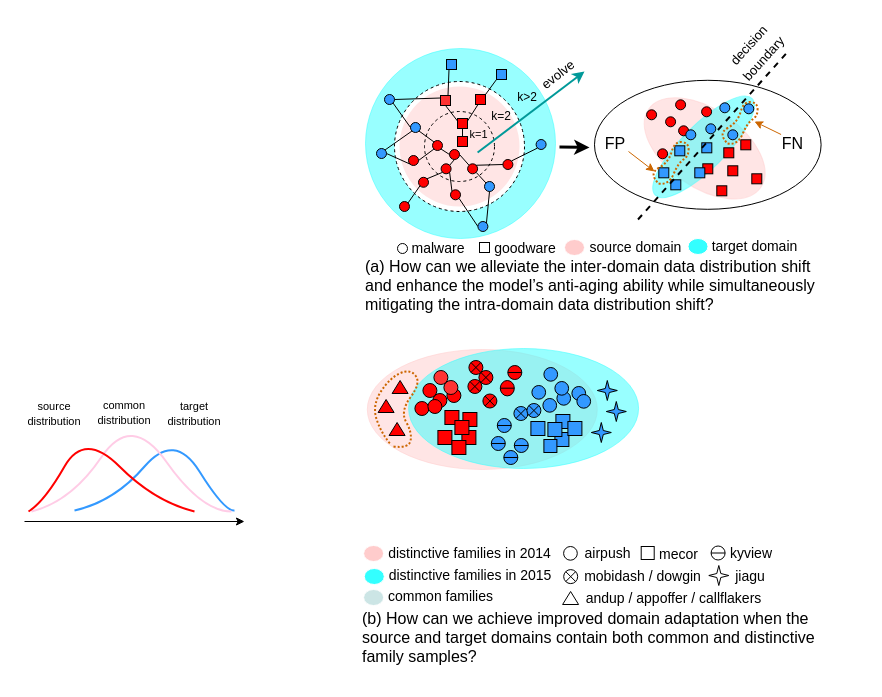
The draw.io diagram introductionFig.drawio in sunray42/diagrams, before the edit. Source tidied: cells renumbered, new cells numbered last; positions are measured from the earlier drawing's top-left corner, leaving out a move shared by most shapes. Both pictures are drawn from the tidied source at 100%, with x=0, y=0 at pixel (24, 32).
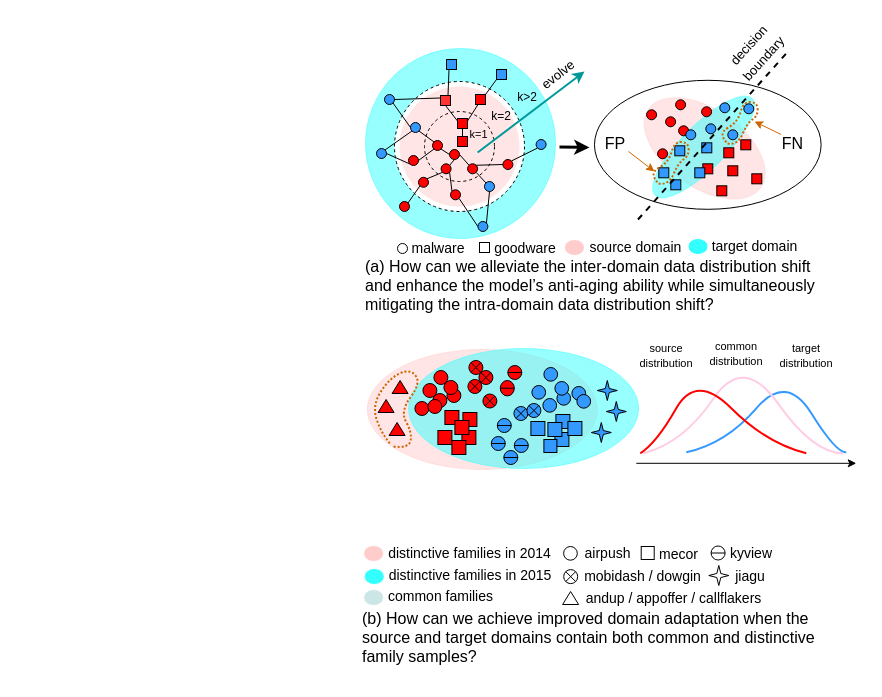
The same page after the edit.

The edit, as a diff of the source:
```diff
@@
-    <mxCell id="123" style="ellipse;whiteSpace=wrap;html=1;strokeColor=#000000;fontSize=16;fillColor=#FF3333;gradientColor=none;rotation=0;" parent="1" vertex="1">
+    <mxCell id="123" style="ellipse;whiteSpace=wrap;html=1;strokeColor=#000000;fontSize=16;fillColor=#FF0000;gradientColor=none;rotation=0;" parent="1" vertex="1">
       <mxGeometry x="409.4" y="338" width="14" height="14" as="geometry" />
     </mxCell>
@@
-    <mxCell id="125" style="ellipse;whiteSpace=wrap;html=1;strokeColor=#000000;fontSize=16;fillColor=#FF3333;gradientColor=none;rotation=0;" parent="1" vertex="1">
+    <mxCell id="125" style="ellipse;whiteSpace=wrap;html=1;strokeColor=#000000;fontSize=16;fillColor=#FF0000;gradientColor=none;rotation=0;" parent="1" vertex="1">
       <mxGeometry x="419.4" y="348" width="14" height="14" as="geometry" />
     </mxCell>
@@
     <mxCell id="162" style="endArrow=classic;html=1;rounded=0;" parent="1" edge="1">
       <mxGeometry relative="1" as="geometry">
-        <mxPoint y="489" as="sourcePoint" />
-        <mxPoint x="220" y="489" as="targetPoint" />
+        <mxPoint x="611.8" y="430.8" as="sourcePoint" />
+        <mxPoint x="831.8" y="430.8" as="targetPoint" />
       </mxGeometry>
     </mxCell>
     <mxCell id="163" style="curved=1;endArrow=none;html=1;rounded=0;endFill=0;strokeWidth=2;strokeColor=#3399FF;" parent="1" edge="1">
       <mxGeometry relative="1" as="geometry">
-        <mxPoint x="50" y="478" as="sourcePoint" />
-        <mxPoint x="210" y="478" as="targetPoint" />
+        <mxPoint x="661.8" y="419.8" as="sourcePoint" />
+        <mxPoint x="821.8" y="419.8" as="targetPoint" />
         <Array as="points">
-          <mxPoint x="90" y="469" />
-          <mxPoint x="150" y="399" />
-          <mxPoint x="200" y="479" />
+          <mxPoint x="701.8" y="410.8" />
+          <mxPoint x="761.8" y="340.8" />
+          <mxPoint x="811.8" y="420.8" />
         </Array>
       </mxGeometry>
     </mxCell>
     <mxCell id="164" style="curved=1;endArrow=none;html=1;rounded=0;endFill=0;strokeColor=#FFCCE6;strokeWidth=2;" parent="1" edge="1">
       <mxGeometry relative="1" as="geometry">
-        <mxPoint x="207" y="479" as="sourcePoint" />
-        <mxPoint x="7" y="479" as="targetPoint" />
+        <mxPoint x="818.8" y="420.8" as="sourcePoint" />
+        <mxPoint x="618.8" y="420.8" as="targetPoint" />
         <Array as="points">
-          <mxPoint x="177" y="479" />
-          <mxPoint x="107" y="380" />
-          <mxPoint x="47" y="469" />
+          <mxPoint x="788.8" y="420.8" />
+          <mxPoint x="718.8" y="321.8" />
+          <mxPoint x="658.8" y="410.8" />
         </Array>
       </mxGeometry>
     </mxCell>
     <mxCell id="165" style="curved=1;endArrow=none;html=1;rounded=0;endFill=0;strokeWidth=2;strokeColor=#FF0000;" parent="1" edge="1">
       <mxGeometry relative="1" as="geometry">
-        <mxPoint x="170" y="479" as="sourcePoint" />
-        <mxPoint x="4" y="479" as="targetPoint" />
+        <mxPoint x="781.8" y="420.8" as="sourcePoint" />
+        <mxPoint x="615.8" y="420.8" as="targetPoint" />
         <Array as="points">
-          <mxPoint x="130" y="469" />
-          <mxPoint x="60" y="399" />
-          <mxPoint x="20" y="469" />
+          <mxPoint x="741.8" y="410.8" />
+          <mxPoint x="671.8" y="340.8" />
+          <mxPoint x="631.8" y="410.8" />
         </Array>
       </mxGeometry>
     </mxCell>
     <mxCell id="166" value="&lt;font style=&quot;font-size: 11px;&quot;&gt;source distribution&lt;/font&gt;" style="text;html=1;strokeColor=none;fillColor=none;align=center;verticalAlign=middle;whiteSpace=wrap;rounded=0;" parent="1" vertex="1">
-      <mxGeometry y="367.5" width="60" height="27" as="geometry" />
+      <mxGeometry x="611.8" y="309.3" width="60" height="27" as="geometry" />
     </mxCell>
     <mxCell id="167" value="&lt;font style=&quot;font-size: 11px;&quot;&gt;target distribution&lt;/font&gt;" style="text;html=1;strokeColor=none;fillColor=none;align=center;verticalAlign=middle;whiteSpace=wrap;rounded=0;" parent="1" vertex="1">
-      <mxGeometry x="140" y="367.5" width="60" height="27" as="geometry" />
+      <mxGeometry x="751.8" y="309.3" width="60" height="27" as="geometry" />
     </mxCell>
     <mxCell id="168" value="&lt;font style=&quot;font-size: 11px;&quot;&gt;common distribution&lt;/font&gt;" style="text;html=1;strokeColor=none;fillColor=none;align=center;verticalAlign=middle;whiteSpace=wrap;rounded=0;" parent="1" vertex="1">
-      <mxGeometry x="70" y="366" width="60" height="27" as="geometry" />
+      <mxGeometry x="681.8" y="307.8" width="60" height="27" as="geometry" />
     </mxCell>
```
